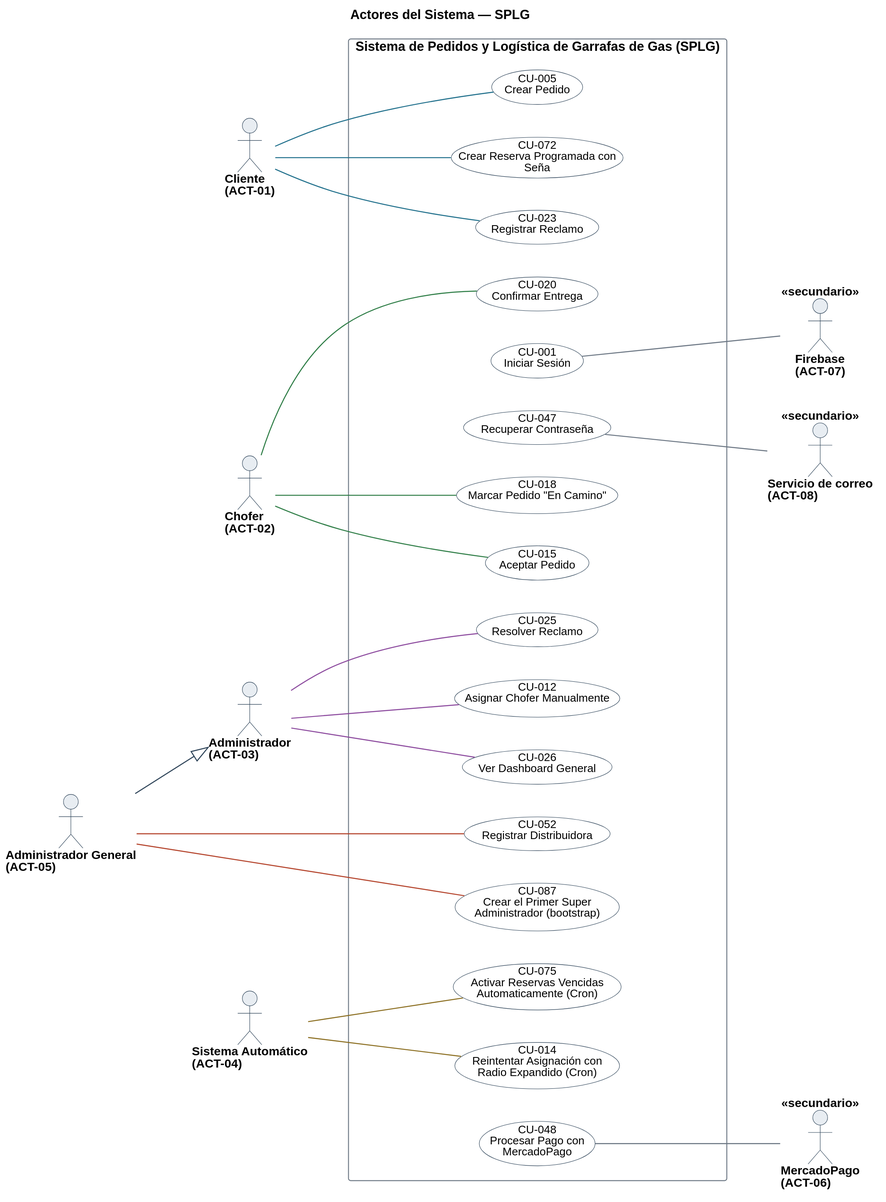
Above: diagramas/uml/CU_Sistema_Actores.svg in Nahuelito-Dev/splg-docs (PlantUML), before the change.
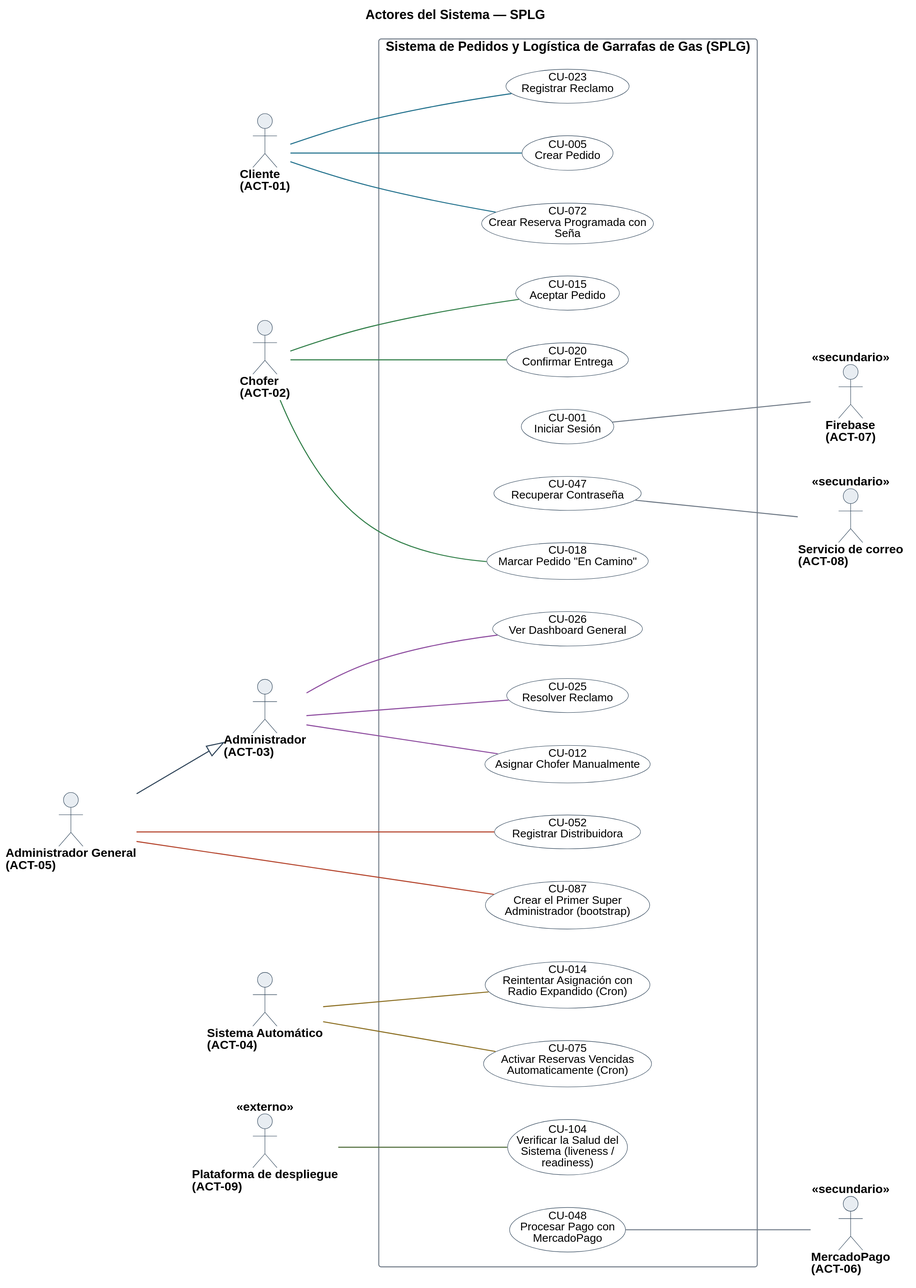
The same file after the commit.

Diff of the diagram source:
```diff
@@ -33,6 +33,7 @@
 actor "MercadoPago\n(ACT-06)" as A06 <<secundario>>
 actor "Firebase\n(ACT-07)" as A07 <<secundario>>
 actor "Servicio de correo\n(ACT-08)" as A08 <<secundario>>
+actor "Plataforma de despliegue\n(ACT-09)" as A09 <<externo>>
 
 rectangle "Sistema de Pedidos y Logística de Garrafas de Gas (SPLG)" {
   usecase "CU-001\nIniciar Sesión" as U001 #back:FFFFFF;line:2C4257
@@ -51,6 +52,7 @@
   usecase "CU-072\nCrear Reserva Programada con\nSeña" as U072 #back:FFFFFF;line:2C4257
   usecase "CU-075\nActivar Reservas Vencidas\nAutomaticamente (Cron)" as U075 #back:FFFFFF;line:2C4257
   usecase "CU-087\nCrear el Primer Super\nAdministrador (bootstrap)" as U087 #back:FFFFFF;line:2C4257
+  usecase "CU-104\nVerificar la Salud del\nSistema (liveness /\nreadiness)" as U104 #back:FFFFFF;line:2C4257
 }
 
 A01 -[#1F6F8B]- U005
@@ -69,6 +71,7 @@
 U048 -[#6B7683]- A06
 U001 -[#6B7683]- A07
 U047 -[#6B7683]- A08
+A09 -[#4F6D3A]- U104
 
 A05 --|> A03
 @enduml
```
